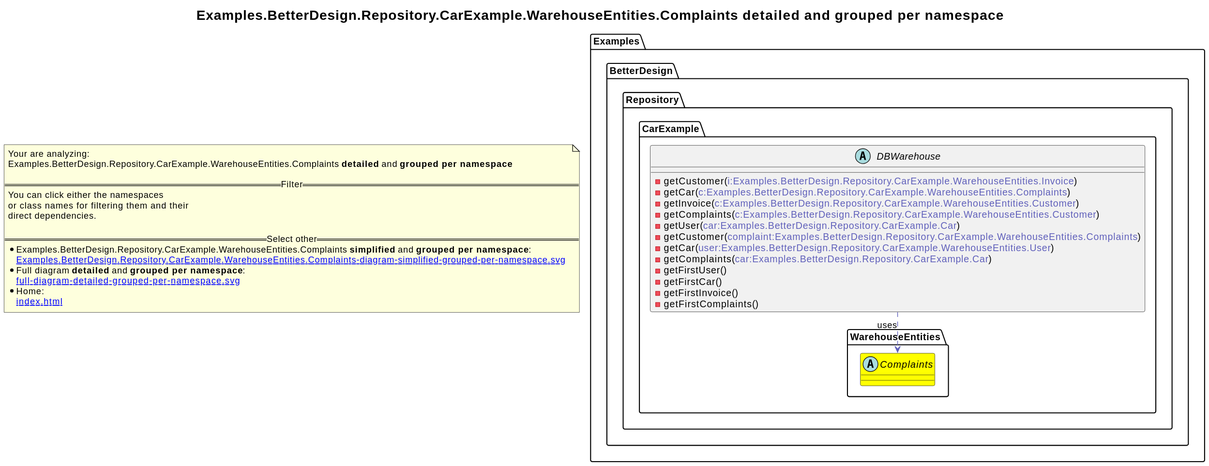
The PlantUML diagram revenger-csharp-adapter.out/Examples.BetterDesign.Repository.CarExample.WarehouseEntities.Complaints-diagram-detailed-grouped-per-namespace.svg in 2BlackCoffees/revenger, before a commit. Source of this version:
```plantuml
@startuml
skinparam linetype ortho
title <size:20>Examples.BetterDesign.Repository.CarExample.WarehouseEntities.Complaints **detailed** and **grouped per namespace**</size>
note "Your are analyzing:\nExamples.BetterDesign.Repository.CarExample.WarehouseEntities.Complaints **detailed** and **grouped per namespace**\n\n==Filter==\nYou can click either the namespaces \nor class names for filtering them and their\ndirect dependencies.\n\n==Select other==\n* Examples.BetterDesign.Repository.CarExample.WarehouseEntities.Complaints **simplified** and **grouped per namespace**:\n   [[Examples.BetterDesign.Repository.CarExample.WarehouseEntities.Complaints-diagram-simplified-grouped-per-namespace.svg]]\n* Full diagram **detailed** and **grouped per namespace**:\n   [[full-diagram-detailed-grouped-per-namespace.svg]]\n* Home:\n   [[index.html]]" as FloatingNote
namespace Examples [[Examples-diagram-detailed-grouped-per-namespace.svg]] {
namespace Examples.BetterDesign [[Examples.BetterDesign-diagram-detailed-grouped-per-namespace.svg]] {
namespace Examples.BetterDesign.Repository [[Examples.BetterDesign.Repository-diagram-detailed-grouped-per-namespace.svg]] {
namespace Examples.BetterDesign.Repository.CarExample [[Examples.BetterDesign.Repository.CarExample-diagram-detailed-grouped-per-namespace.svg]] {
      abstract class Examples.BetterDesign.Repository.CarExample.DBWarehouse [[Examples.BetterDesign.Repository.CarExample.DBWarehouse-diagram-detailed-grouped-per-namespace.svg]]  {
        - getCustomer(<font color="6060BB">i:Examples.BetterDesign.Repository.CarExample.WarehouseEntities.Invoice</font>)
        - getCar(<font color="6060BB">c:Examples.BetterDesign.Repository.CarExample.WarehouseEntities.Complaints</font>)
        - getInvoice(<font color="6060BB">c:Examples.BetterDesign.Repository.CarExample.WarehouseEntities.Customer</font>)
        - getComplaints(<font color="6060BB">c:Examples.BetterDesign.Repository.CarExample.WarehouseEntities.Customer</font>)
        - getUser(<font color="6060BB">car:Examples.BetterDesign.Repository.CarExample.Car</font>)
        - getCustomer(<font color="6060BB">complaint:Examples.BetterDesign.Repository.CarExample.WarehouseEntities.Complaints</font>)
        - getCar(<font color="6060BB">user:Examples.BetterDesign.Repository.CarExample.WarehouseEntities.User</font>)
        - getComplaints(<font color="6060BB">car:Examples.BetterDesign.Repository.CarExample.Car</font>)
        - getFirstUser(<font color="6060BB"></font>)
        - getFirstCar(<font color="6060BB"></font>)
        - getFirstInvoice(<font color="6060BB"></font>)
        - getFirstComplaints(<font color="6060BB"></font>)
      }
}
}
}
}
namespace Examples [[Examples-diagram-detailed-grouped-per-namespace.svg]] {
namespace Examples.BetterDesign [[Examples.BetterDesign-diagram-detailed-grouped-per-namespace.svg]] {
namespace Examples.BetterDesign.Repository [[Examples.BetterDesign.Repository-diagram-detailed-grouped-per-namespace.svg]] {
namespace Examples.BetterDesign.Repository.CarExample [[Examples.BetterDesign.Repository.CarExample-diagram-detailed-grouped-per-namespace.svg]] {
namespace Examples.BetterDesign.Repository.CarExample.WarehouseEntities [[Examples.BetterDesign.Repository.CarExample.WarehouseEntities-diagram-detailed-grouped-per-namespace.svg]] {
        abstract class Examples.BetterDesign.Repository.CarExample.WarehouseEntities.Complaints [[Examples.BetterDesign.Repository.CarExample.WarehouseEntities.Complaints-diagram-detailed-grouped-per-namespace.svg]] #yellow {
        }
}
}
}
}
}
Examples.BetterDesign.Repository.CarExample.DBWarehouse .[#6060BB].> Examples.BetterDesign.Repository.CarExample.WarehouseEntities.Complaints  : uses
@enduml
```
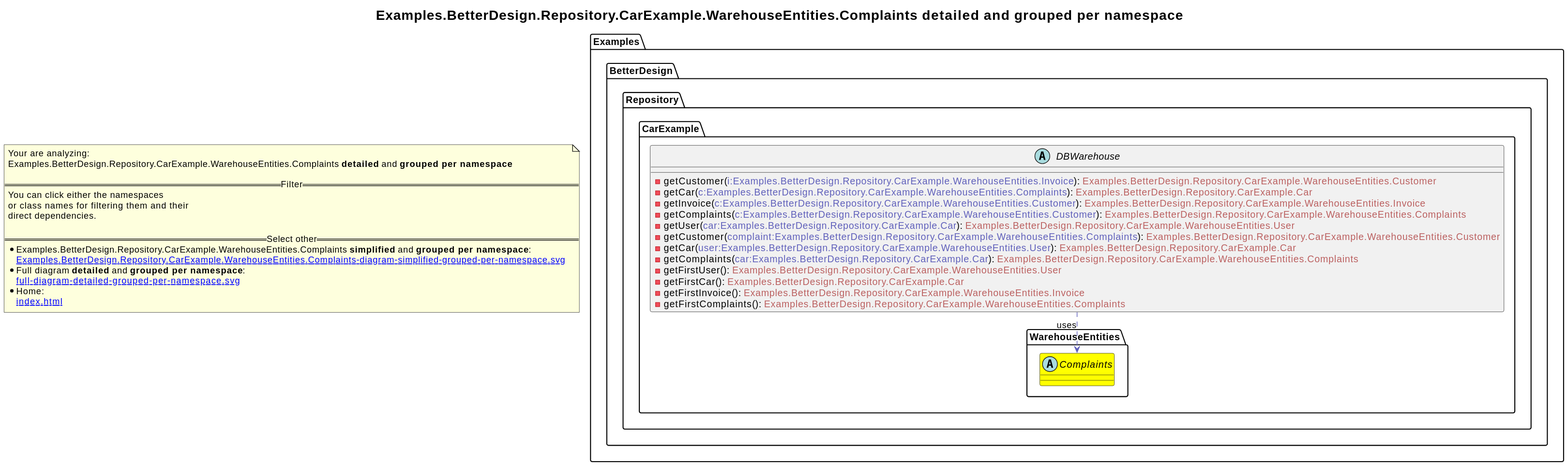
After the change.

The edit, as a diff of the source:
```diff
@@ -7,18 +7,18 @@
 namespace Examples.BetterDesign.Repository [[Examples.BetterDesign.Repository-diagram-detailed-grouped-per-namespace.svg]] {
 namespace Examples.BetterDesign.Repository.CarExample [[Examples.BetterDesign.Repository.CarExample-diagram-detailed-grouped-per-namespace.svg]] {
       abstract class Examples.BetterDesign.Repository.CarExample.DBWarehouse [[Examples.BetterDesign.Repository.CarExample.DBWarehouse-diagram-detailed-grouped-per-namespace.svg]]  {
-        - getCustomer(<font color="6060BB">i:Examples.BetterDesign.Repository.CarExample.WarehouseEntities.Invoice</font>)
-        - getCar(<font color="6060BB">c:Examples.BetterDesign.Repository.CarExample.WarehouseEntities.Complaints</font>)
-        - getInvoice(<font color="6060BB">c:Examples.BetterDesign.Repository.CarExample.WarehouseEntities.Customer</font>)
-        - getComplaints(<font color="6060BB">c:Examples.BetterDesign.Repository.CarExample.WarehouseEntities.Customer</font>)
-        - getUser(<font color="6060BB">car:Examples.BetterDesign.Repository.CarExample.Car</font>)
-        - getCustomer(<font color="6060BB">complaint:Examples.BetterDesign.Repository.CarExample.WarehouseEntities.Complaints</font>)
-        - getCar(<font color="6060BB">user:Examples.BetterDesign.Repository.CarExample.WarehouseEntities.User</font>)
-        - getComplaints(<font color="6060BB">car:Examples.BetterDesign.Repository.CarExample.Car</font>)
-        - getFirstUser(<font color="6060BB"></font>)
-        - getFirstCar(<font color="6060BB"></font>)
-        - getFirstInvoice(<font color="6060BB"></font>)
-        - getFirstComplaints(<font color="6060BB"></font>)
+        - getCustomer(<font color="6060BB">i:Examples.BetterDesign.Repository.CarExample.WarehouseEntities.Invoice</font>): <font color="BB6060">Examples.BetterDesign.Repository.CarExample.WarehouseEntities.Customer</font>
+        - getCar(<font color="6060BB">c:Examples.BetterDesign.Repository.CarExample.WarehouseEntities.Complaints</font>): <font color="BB6060">Examples.BetterDesign.Repository.CarExample.Car</font>
+        - getInvoice(<font color="6060BB">c:Examples.BetterDesign.Repository.CarExample.WarehouseEntities.Customer</font>): <font color="BB6060">Examples.BetterDesign.Repository.CarExample.WarehouseEntities.Invoice</font>
+        - getComplaints(<font color="6060BB">c:Examples.BetterDesign.Repository.CarExample.WarehouseEntities.Customer</font>): <font color="BB6060">Examples.BetterDesign.Repository.CarExample.WarehouseEntities.Complaints</font>
+        - getUser(<font color="6060BB">car:Examples.BetterDesign.Repository.CarExample.Car</font>): <font color="BB6060">Examples.BetterDesign.Repository.CarExample.WarehouseEntities.User</font>
+        - getCustomer(<font color="6060BB">complaint:Examples.BetterDesign.Repository.CarExample.WarehouseEntities.Complaints</font>): <font color="BB6060">Examples.BetterDesign.Repository.CarExample.WarehouseEntities.Customer</font>
+        - getCar(<font color="6060BB">user:Examples.BetterDesign.Repository.CarExample.WarehouseEntities.User</font>): <font color="BB6060">Examples.BetterDesign.Repository.CarExample.Car</font>
+        - getComplaints(<font color="6060BB">car:Examples.BetterDesign.Repository.CarExample.Car</font>): <font color="BB6060">Examples.BetterDesign.Repository.CarExample.WarehouseEntities.Complaints</font>
+        - getFirstUser(<font color="6060BB"></font>): <font color="BB6060">Examples.BetterDesign.Repository.CarExample.WarehouseEntities.User</font>
+        - getFirstCar(<font color="6060BB"></font>): <font color="BB6060">Examples.BetterDesign.Repository.CarExample.Car</font>
+        - getFirstInvoice(<font color="6060BB"></font>): <font color="BB6060">Examples.BetterDesign.Repository.CarExample.WarehouseEntities.Invoice</font>
+        - getFirstComplaints(<font color="6060BB"></font>): <font color="BB6060">Examples.BetterDesign.Repository.CarExample.WarehouseEntities.Complaints</font>
       }
 }
 }
```
